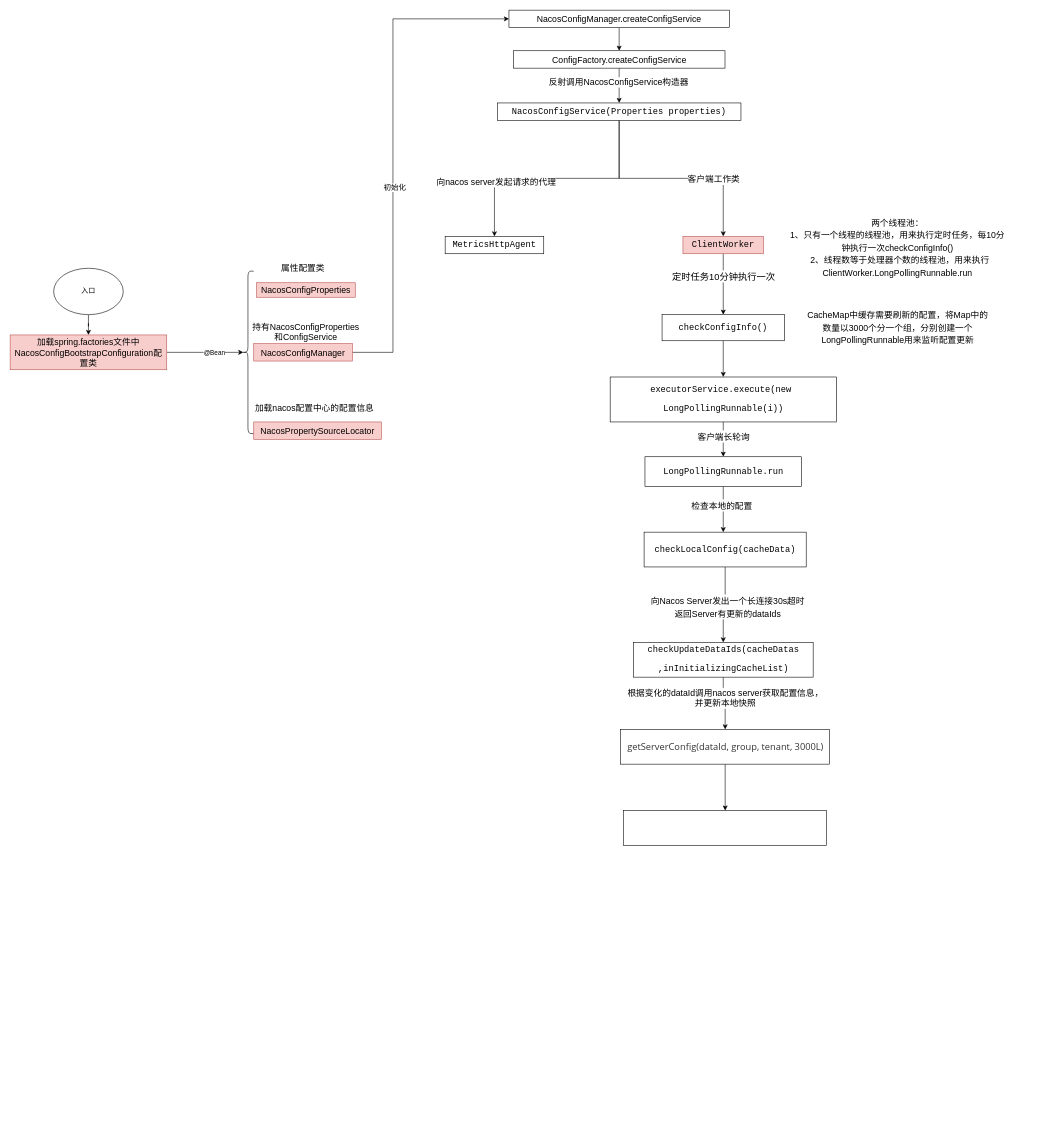
Above: Nacos配置中心源码解析.drawio in linbingxing/mind (draw.io), before the change. Source tidied: cells renumbered, new cells numbered last; positions are measured from the earlier drawing's top-left corner, leaving out a move shared by most shapes. Both pictures are drawn from the tidied source at 58%, with x=0, y=0 at pixel (10, 10).
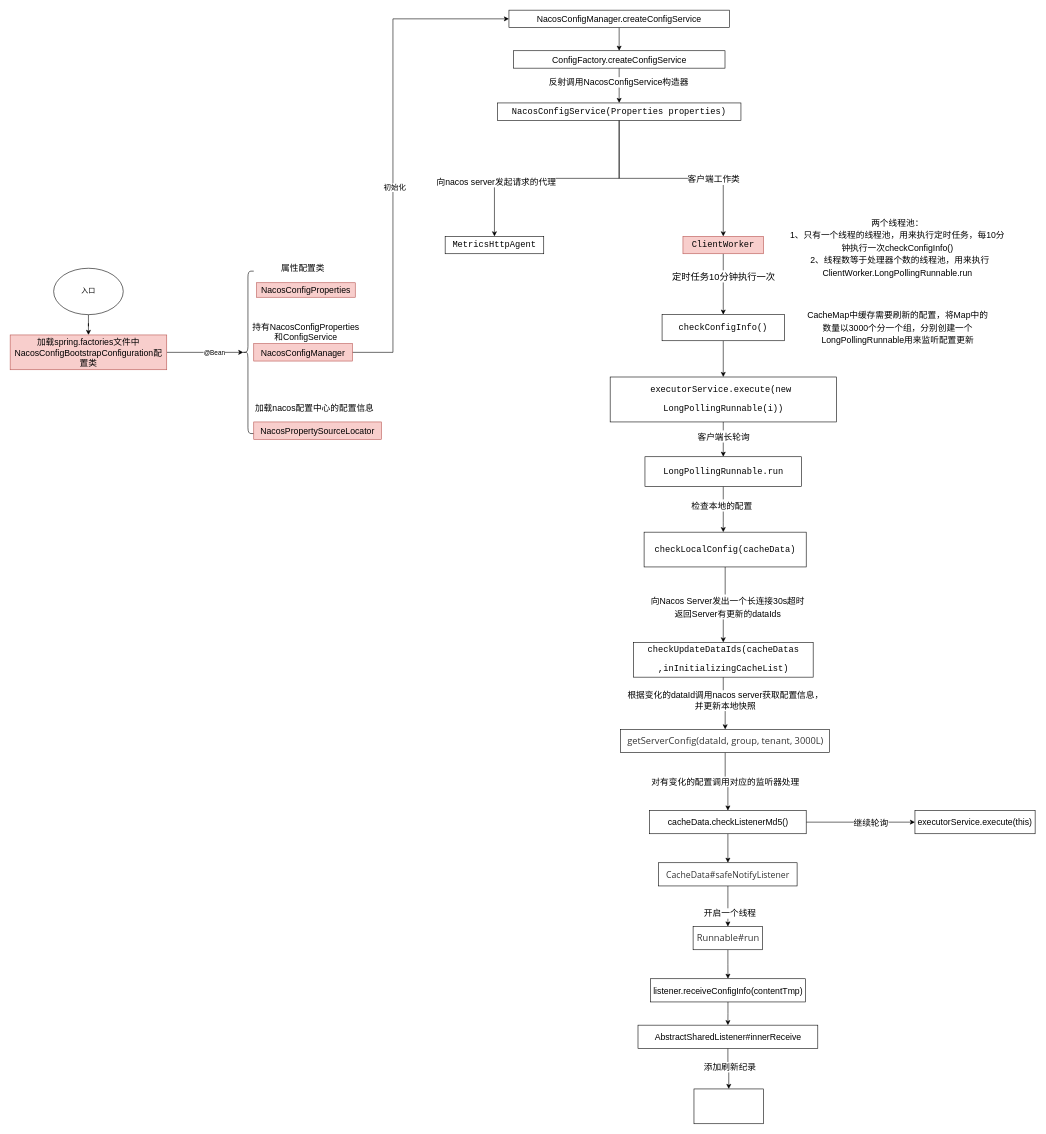
After the change.

Commit message:
更新Nacos配置中心源码解析.drawio

Unchanged cells that the change refers to:
```xml
<mxCell id="43" style="edgeStyle=orthogonalEdgeStyle;rounded=0;jettySize=auto;html=1;fontSize=15;fontColor=#000000;" parent="1" edge="1" source="45" target="47">
  <mxGeometry relative="1" as="geometry" />
</mxCell>
<mxCell id="46" style="edgeStyle=orthogonalEdgeStyle;rounded=0;jettySize=auto;html=1;fontSize=15;fontColor=#000000;" parent="1" edge="1" source="47" target="48">
  <mxGeometry relative="1" as="geometry" />
</mxCell>
```

Change to the diagram source:
```diff
@@
     <mxCell id="44" value="根据变化的dataId调用nacos server获取配置信息，&lt;br&gt;并更新本地快照" style="edgeLabel;html=1;align=center;verticalAlign=middle;fontSize=15;fontColor=#000000;" parent="43" vertex="1">
       <mxGeometry x="0.34" y="-1" relative="1" as="geometry">
-        <mxPoint x="1" y="-24" as="offset" />
+        <mxPoint x="1" y="-20" as="offset" />
       </mxGeometry>
     </mxCell>
@@
+    <mxCell id="49" value="对有变化的配置调用对应的监听器处理" style="edgeLabel;html=1;align=center;verticalAlign=middle;fontSize=15;fontColor=#000000;" parent="46" vertex="1">
+      <mxGeometry x="-0.3" y="-2" relative="1" as="geometry">
+        <mxPoint x="2" y="12" as="offset" />
+      </mxGeometry>
+    </mxCell>
     <mxCell id="47" value="&lt;span style=&quot;color: rgb(51 , 51 , 51) ; font-family: &amp;#34;open sans&amp;#34; , &amp;#34;clear sans&amp;#34; , &amp;#34;helvetica neue&amp;#34; , &amp;#34;helvetica&amp;#34; , &amp;#34;arial&amp;#34; , &amp;#34;segoe ui emoji&amp;#34; , sans-serif ; font-size: 16px ; background-color: rgb(255 , 255 , 255)&quot;&gt;getServerConfig(dataId, group, tenant, 3000L)&lt;/span&gt;" style="whiteSpace=wrap;html=1;rounded=0;spacing=0;" parent="1" vertex="1">
-      <mxGeometry x="1052.5" y="1240" width="360.5" height="60" as="geometry" />
+      <mxGeometry x="1052.5" y="1240" width="360.5" height="40" as="geometry" />
     </mxCell>
+    <mxCell id="50" style="edgeStyle=orthogonalEdgeStyle;rounded=0;jettySize=auto;html=1;fontSize=15;fontColor=#000000;" parent="1" edge="1" source="48" target="53">
+      <mxGeometry relative="1" as="geometry" />
+    </mxCell>
+    <mxCell id="51" value="继续轮询" style="edgeLabel;html=1;align=center;verticalAlign=middle;fontSize=15;fontColor=#000000;" parent="50" vertex="1">
+      <mxGeometry x="0.18" relative="1" as="geometry" />
+    </mxCell>
+    <mxCell id="52" style="edgeStyle=orthogonalEdgeStyle;rounded=0;jettySize=auto;html=1;fontSize=15;fontColor=#000000;" parent="1" edge="1" source="48" target="56">
+      <mxGeometry relative="1" as="geometry" />
+    </mxCell>
-    <mxCell id="48" style="whiteSpace=wrap;html=1;rounded=0;spacing=0;" parent="1" vertex="1">
-      <mxGeometry x="1057.8" y="1380" width="350" height="60" as="geometry" />
+    <mxCell id="48" value="&lt;font style=&quot;font-size: 15px&quot;&gt;cacheData.checkListenerMd5()&lt;/font&gt;" style="whiteSpace=wrap;html=1;rounded=0;spacing=0;" parent="1" vertex="1">
+      <mxGeometry x="1102.5" y="1380" width="270" height="40" as="geometry" />
     </mxCell>
+    <mxCell id="53" value="executorService.execute(this)" style="whiteSpace=wrap;html=1;rounded=0;spacing=0;fontSize=15;" parent="1" vertex="1">
+      <mxGeometry x="1560" y="1380" width="207.2" height="40" as="geometry" />
+    </mxCell>
+    <mxCell id="54" style="edgeStyle=orthogonalEdgeStyle;rounded=0;jettySize=auto;html=1;fontSize=15;fontColor=#000000;" parent="1" edge="1" source="56" target="58">
+      <mxGeometry relative="1" as="geometry" />
+    </mxCell>
+    <mxCell id="55" value="开启一个线程" style="edgeLabel;html=1;align=center;verticalAlign=middle;fontSize=15;fontColor=#000000;" parent="54" vertex="1">
+      <mxGeometry x="0.31" y="3" relative="1" as="geometry" />
+    </mxCell>
+    <mxCell id="56" value="&lt;p class=&quot;md-end-block md-p md-focus&quot; style=&quot;box-sizing: border-box ; line-height: inherit ; margin: 0.8em 0px ; position: relative ; color: rgb(51 , 51 , 51) ; font-family: &amp;#34;open sans&amp;#34; , &amp;#34;clear sans&amp;#34; , &amp;#34;helvetica neue&amp;#34; , &amp;#34;helvetica&amp;#34; , &amp;#34;arial&amp;#34; , &amp;#34;segoe ui emoji&amp;#34; , sans-serif&quot;&gt;&lt;font style=&quot;font-size: 15px&quot;&gt;CacheData#safeNotifyListener&lt;/font&gt;&lt;/p&gt;" style="whiteSpace=wrap;html=1;rounded=0;spacing=0;" parent="1" vertex="1">
+      <mxGeometry x="1118.2" y="1470" width="238.6" height="40" as="geometry" />
+    </mxCell>
+    <mxCell id="57" style="edgeStyle=orthogonalEdgeStyle;rounded=0;jettySize=auto;html=1;fontSize=15;fontColor=#000000;" parent="1" edge="1" source="58" target="60">
+      <mxGeometry relative="1" as="geometry" />
+    </mxCell>
+    <mxCell id="58" value="&lt;span style=&quot;color: rgb(51 , 51 , 51) ; font-family: &amp;#34;open sans&amp;#34; , &amp;#34;clear sans&amp;#34; , &amp;#34;helvetica neue&amp;#34; , &amp;#34;helvetica&amp;#34; , &amp;#34;arial&amp;#34; , &amp;#34;segoe ui emoji&amp;#34; , sans-serif ; font-size: 16px ; background-color: rgb(255 , 255 , 255)&quot;&gt;Runnable#run&lt;/span&gt;" style="whiteSpace=wrap;html=1;rounded=0;spacing=0;" parent="1" vertex="1">
+      <mxGeometry x="1177.5" y="1580" width="120" height="40" as="geometry" />
+    </mxCell>
+    <mxCell id="59" style="edgeStyle=orthogonalEdgeStyle;rounded=0;jettySize=auto;html=1;fontSize=15;fontColor=#000000;" parent="1" edge="1" source="60" target="63">
+      <mxGeometry relative="1" as="geometry" />
+    </mxCell>
+    <mxCell id="60" value="&lt;font style=&quot;font-size: 15px&quot;&gt;listener.receiveConfigInfo(contentTmp)&lt;/font&gt;" style="whiteSpace=wrap;html=1;rounded=0;spacing=0;" parent="1" vertex="1">
+      <mxGeometry x="1103.8" y="1670" width="267.5" height="40" as="geometry" />
+    </mxCell>
+    <mxCell id="61" style="edgeStyle=orthogonalEdgeStyle;rounded=0;jettySize=auto;html=1;fontSize=15;fontColor=#000000;" parent="1" edge="1" source="63" target="64">
+      <mxGeometry relative="1" as="geometry" />
+    </mxCell>
+    <mxCell id="62" value="添加刷新纪录" style="edgeLabel;html=1;align=center;verticalAlign=middle;fontSize=15;fontColor=#000000;" parent="61" vertex="1">
+      <mxGeometry x="-0.23" y="1" relative="1" as="geometry">
+        <mxPoint x="2" y="3" as="offset" />
+      </mxGeometry>
+    </mxCell>
+    <mxCell id="63" value="AbstractSharedListener#innerReceive" style="whiteSpace=wrap;html=1;rounded=0;spacing=0;fontSize=15;" parent="1" vertex="1">
+      <mxGeometry x="1082.5" y="1750" width="310" height="40" as="geometry" />
+    </mxCell>
+    <mxCell id="64" style="whiteSpace=wrap;html=1;fontSize=15;rounded=0;spacing=0;" parent="1" vertex="1">
+      <mxGeometry x="1179" y="1860" width="120" height="60" as="geometry" />
+    </mxCell>
```
